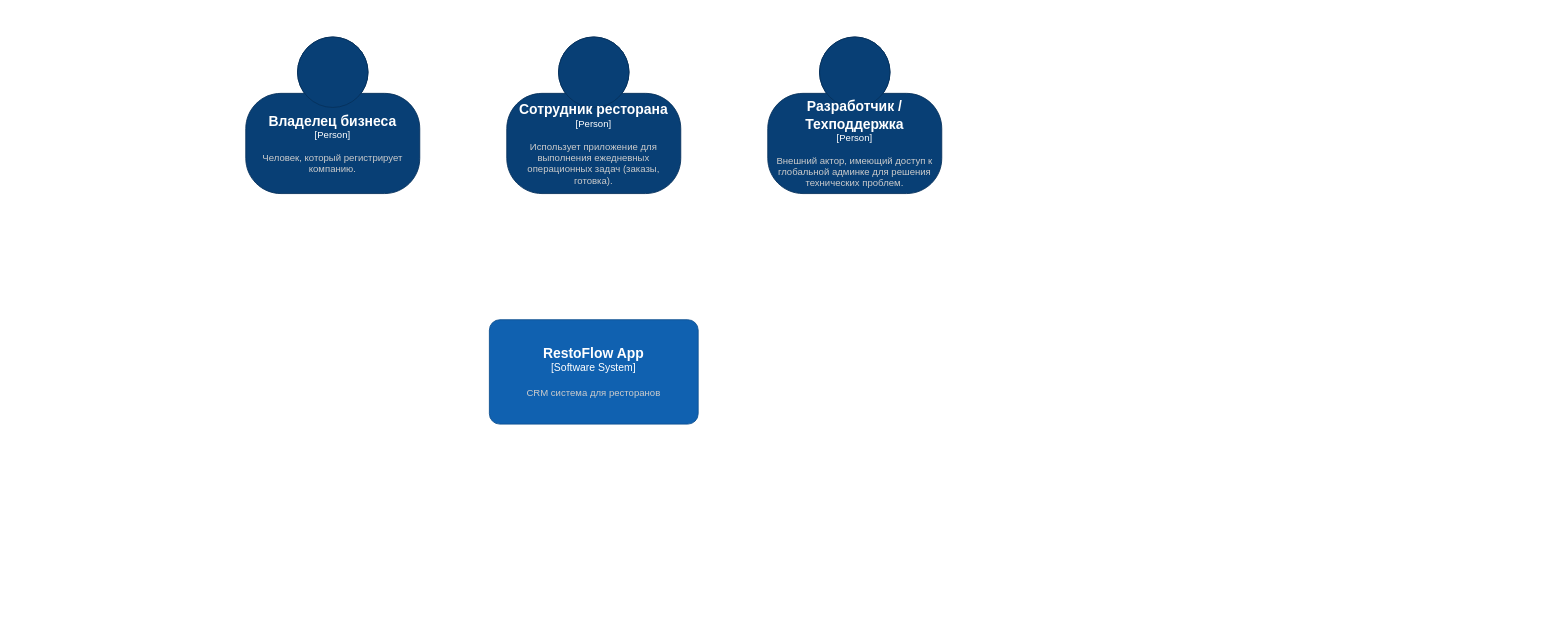
This is page "System Context" (1 of 3) of C4 diagram.drawio from Magzhan-developer/restoflow-backend, a draw.io file, before an edit. Source tidied: cells renumbered, new cells numbered last; positions are measured from the earlier drawing's top-left corner, leaving out a move shared by most shapes. Both pictures are drawn from the tidied source at 87%, with x=0, y=0 at pixel (245, 37).
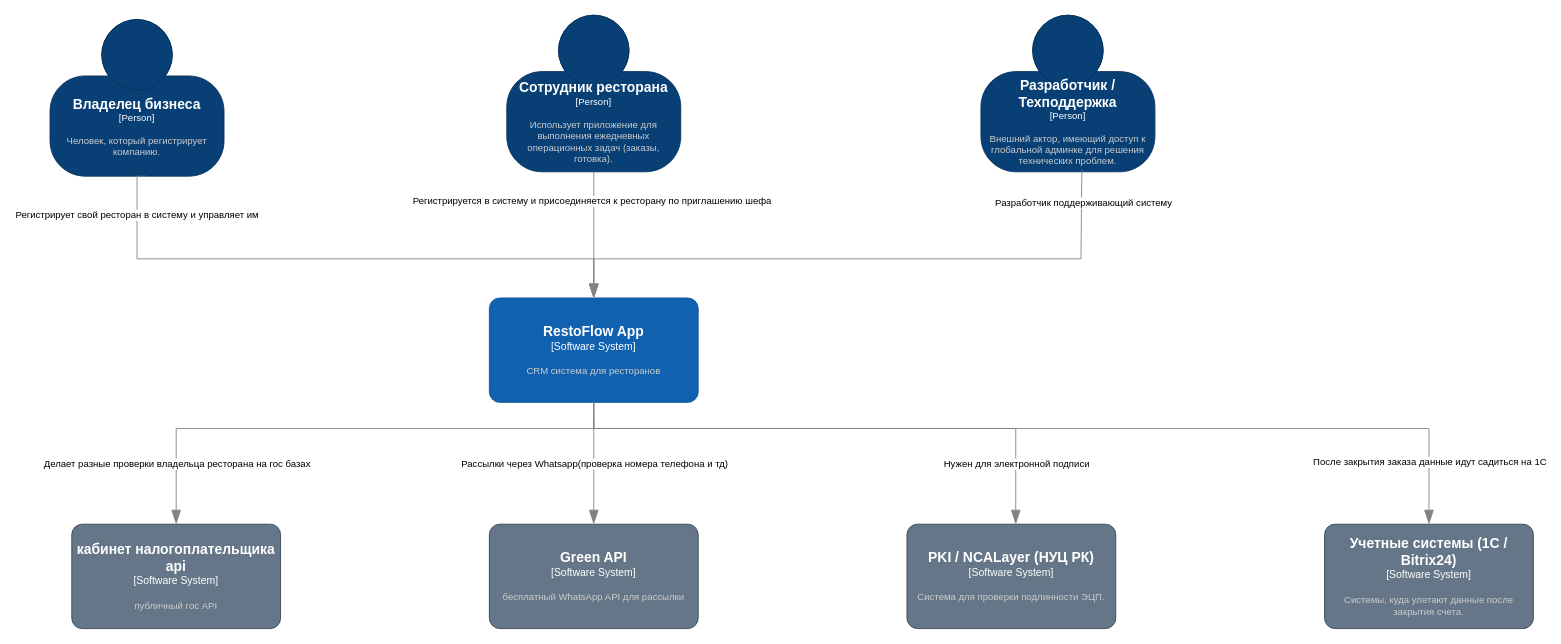
The same diagram, later.

What changed in the source:
```diff
@@
     <object id="2" label="&lt;font style=&quot;font-size: 16px&quot;&gt;&lt;b&gt;%c4Name%&lt;/b&gt;&lt;/font&gt;&lt;div&gt;[%c4Type%]&lt;/div&gt;&lt;br&gt;&lt;div&gt;&lt;font style=&quot;font-size: 11px&quot;&gt;&lt;font color=&quot;#cccccc&quot;&gt;%c4Description%&lt;/font&gt;&lt;/div&gt;" c4Description="Человек, который регистрирует компанию." c4Name="Владелец бизнеса" c4Type="Person" placeholders="1">
       <mxCell style="html=1;fontSize=11;dashed=0;whiteSpace=wrap;fillColor=#083F75;strokeColor=#06315C;fontColor=#ffffff;shape=mxgraph.c4.person2;align=center;points=[[0.5,0,0],[1,0.5,0],[1,0.75,0],[0.75,1,0],[0.5,1,0],[0.25,1,0],[0,0.75,0],[0,0.5,0]];" parent="1" vertex="1">
-        <mxGeometry width="200" height="180" as="geometry" />
+        <mxGeometry x="-225" y="-20" width="200" height="180" as="geometry" />
       </mxCell>
     </object>
     <object id="3" label="&lt;font style=&quot;font-size: 16px&quot;&gt;&lt;b&gt;%c4Name%&lt;/b&gt;&lt;/font&gt;&lt;div&gt;[%c4Type%]&lt;/div&gt;&lt;br&gt;&lt;div&gt;&lt;font style=&quot;font-size: 11px&quot;&gt;&lt;font color=&quot;#cccccc&quot;&gt;%c4Description%&lt;/font&gt;&lt;/div&gt;" c4Description="Использует приложение для выполнения ежедневных операционных задач (заказы, готовка)." c4Name="Сотрудник ресторана" c4Type="Person" placeholders="1">
       <mxCell style="html=1;fontSize=11;dashed=0;whiteSpace=wrap;fillColor=#083F75;strokeColor=#06315C;fontColor=#ffffff;shape=mxgraph.c4.person2;align=center;points=[[0.5,0,0],[1,0.5,0],[1,0.75,0],[0.75,1,0],[0.5,1,0],[0.25,1,0],[0,0.75,0],[0,0.5,0]];" parent="1" vertex="1">
-        <mxGeometry x="300" width="200" height="180" as="geometry" />
+        <mxGeometry x="300" y="-25" width="200" height="180" as="geometry" />
       </mxCell>
     </object>
     <object id="4" label="&lt;font style=&quot;font-size: 16px&quot;&gt;&lt;b&gt;%c4Name%&lt;/b&gt;&lt;/font&gt;&lt;div&gt;[%c4Type%]&lt;/div&gt;&lt;br&gt;&lt;div&gt;&lt;font style=&quot;font-size: 11px&quot;&gt;&lt;font color=&quot;#cccccc&quot;&gt;%c4Description%&lt;/font&gt;&lt;/div&gt;" c4Description="Внешний актор, имеющий доступ к глобальной админке для решения технических проблем." c4Name="Разработчик / Техподдержка" c4Type="Person" placeholders="1">
       <mxCell style="html=1;fontSize=11;dashed=0;whiteSpace=wrap;fillColor=#083F75;strokeColor=#06315C;fontColor=#ffffff;shape=mxgraph.c4.person2;align=center;points=[[0.5,0,0],[1,0.5,0],[1,0.75,0],[0.75,1,0],[0.5,1,0],[0.25,1,0],[0,0.75,0],[0,0.5,0]];" parent="1" vertex="1">
-        <mxGeometry x="600" width="200" height="180" as="geometry" />
+        <mxGeometry x="845" y="-25" width="200" height="180" as="geometry" />
       </mxCell>
     </object>
     <object id="5" label="&lt;font style=&quot;font-size: 16px&quot;&gt;&lt;b&gt;%c4Name%&lt;/b&gt;&lt;/font&gt;&lt;div&gt;[%c4Type%]&lt;/div&gt;&lt;br&gt;&lt;div&gt;&lt;font style=&quot;font-size: 11px&quot;&gt;&lt;font color=&quot;#cccccc&quot;&gt;%c4Description%&lt;/font&gt;&lt;/div&gt;" c4Description="CRM система для ресторанов&#10;" c4Name="RestoFlow App" c4Type="Software System" placeholders="1">
       <mxCell style="rounded=1;whiteSpace=wrap;html=1;labelBackgroundColor=none;fillColor=#1061B0;fontColor=#ffffff;align=center;arcSize=10;strokeColor=#0D5091;points=[[0.25,0,0],[0.5,0,0],[0.75,0,0],[1,0.25,0],[1,0.5,0],[1,0.75,0],[0.75,1,0],[0.5,1,0],[0.25,1,0],[0,0.75,0],[0,0.5,0],[0,0.25,0]];" parent="1" vertex="1">
-        <mxGeometry x="280" y="325" width="240" height="120" as="geometry" />
+        <mxGeometry x="280" y="300" width="240" height="120" as="geometry" />
       </mxCell>
     </object>
+    <mxCell id="6" style="endArrow=blockThin;html=1;fontSize=10;fontColor=#404040;strokeWidth=1;endFill=1;strokeColor=#828282;elbow=vertical;endSize=14;startSize=14;jumpStyle=arc;jumpSize=16;rounded=0;edgeStyle=orthogonalEdgeStyle;exitX=0.55;exitY=1;exitDx=0;exitDy=0;exitPerimeter=0;entryX=0.5;entryY=0;entryDx=0;entryDy=0;entryPerimeter=0;" parent="1" edge="1" source="2" target="5">
+      <mxGeometry relative="1" as="geometry">
+        <Array as="points">
+          <mxPoint x="-125" y="160" />
+          <mxPoint x="-125" y="255" />
+          <mxPoint x="400" y="255" />
+        </Array>
+      </mxGeometry>
+    </mxCell>
+    <mxCell id="7" value="Регистрирует свой ресторан в систему и управляет им" style="edgeLabel;html=1;align=center;verticalAlign=middle;" parent="6" vertex="1">
+      <mxGeometry x="-0.84" y="-1" relative="1" as="geometry" />
+    </mxCell>
+    <mxCell id="8" style="endArrow=blockThin;html=1;fontSize=10;fontColor=#404040;strokeWidth=1;endFill=1;strokeColor=#828282;elbow=vertical;endSize=14;startSize=14;jumpStyle=arc;jumpSize=16;rounded=0;edgeStyle=orthogonalEdgeStyle;entryX=0.5;entryY=0;entryDx=0;entryDy=0;entryPerimeter=0;exitX=0.5;exitY=1;exitDx=0;exitDy=0;exitPerimeter=0;" parent="1" edge="1" source="3" target="5">
+      <mxGeometry relative="1" as="geometry" />
+    </mxCell>
+    <mxCell id="9" value="Регистрируется в систему и присоединяется к ресторану по приглашению шефа" style="edgeLabel;html=1;align=center;verticalAlign=middle;" parent="8" vertex="1">
+      <mxGeometry x="-0.55" y="-3" relative="1" as="geometry" />
+    </mxCell>
+    <mxCell id="10" style="endArrow=blockThin;html=1;fontSize=10;fontColor=#404040;strokeWidth=1;endFill=1;strokeColor=#828282;elbow=vertical;endSize=14;startSize=14;jumpStyle=arc;jumpSize=16;rounded=0;edgeStyle=orthogonalEdgeStyle;entryX=0.5;entryY=0;entryDx=0;entryDy=0;entryPerimeter=0;exitX=0.58;exitY=0.988;exitDx=0;exitDy=0;exitPerimeter=0;" parent="1" edge="1" source="4" target="5">
+      <mxGeometry relative="1" as="geometry">
+        <Array as="points">
+          <mxPoint x="960" y="158" />
+          <mxPoint x="960" y="255" />
+          <mxPoint x="400" y="255" />
+        </Array>
+      </mxGeometry>
+    </mxCell>
+    <mxCell id="11" value="Разработчик поддерживающий систему" style="edgeLabel;html=1;align=center;verticalAlign=middle;" parent="10" vertex="1">
+      <mxGeometry x="-0.89" y="2" relative="1" as="geometry" />
+    </mxCell>
+    <object id="12" label="&lt;font style=&quot;font-size: 16px&quot;&gt;&lt;b&gt;%c4Name%&lt;/b&gt;&lt;/font&gt;&lt;div&gt;[%c4Type%]&lt;/div&gt;&lt;br&gt;&lt;div&gt;&lt;font style=&quot;font-size: 11px&quot;&gt;&lt;font color=&quot;#cccccc&quot;&gt;%c4Description%&lt;/font&gt;&lt;/div&gt;" c4Description="публичный гос API" c4Name="кабинет налогоплательщика api" c4Type="Software System" placeholders="1">
+      <mxCell style="rounded=1;whiteSpace=wrap;html=1;labelBackgroundColor=none;align=center;arcSize=10;points=[[0.25,0,0],[0.5,0,0],[0.75,0,0],[1,0.25,0],[1,0.5,0],[1,0.75,0],[0.75,1,0],[0.5,1,0],[0.25,1,0],[0,0.75,0],[0,0.5,0],[0,0.25,0]];fillColor=#647687;fontColor=#ffffff;strokeColor=#314354;" parent="1" vertex="1">
+        <mxGeometry x="-200" y="560" width="240" height="120" as="geometry" />
+      </mxCell>
+    </object>
+    <mxCell id="13" style="endArrow=blockThin;html=1;fontSize=10;fontColor=#404040;strokeWidth=1;endFill=1;strokeColor=#828282;elbow=vertical;endSize=14;startSize=14;jumpStyle=arc;jumpSize=16;rounded=0;edgeStyle=orthogonalEdgeStyle;entryX=0.5;entryY=0;entryDx=0;entryDy=0;entryPerimeter=0;" parent="1" edge="1" target="12">
+      <mxGeometry relative="1" as="geometry">
+        <mxPoint x="400" y="440" as="sourcePoint" />
+        <Array as="points">
+          <mxPoint x="400" y="450" />
+          <mxPoint x="-80" y="450" />
+        </Array>
+      </mxGeometry>
+    </mxCell>
+    <mxCell id="14" value="Делает разные проверки владельца ресторана на гос базах" style="edgeLabel;html=1;align=center;verticalAlign=middle;" parent="13" vertex="1">
+      <mxGeometry x="0.75" y="-1" relative="1" as="geometry">
+        <mxPoint x="1" y="5" as="offset" />
+      </mxGeometry>
+    </mxCell>
+    <object id="15" label="&lt;font style=&quot;font-size: 16px&quot;&gt;&lt;b&gt;%c4Name%&lt;/b&gt;&lt;/font&gt;&lt;div&gt;[%c4Type%]&lt;/div&gt;&lt;br&gt;&lt;div&gt;&lt;font style=&quot;font-size: 11px&quot;&gt;&lt;font color=&quot;#cccccc&quot;&gt;%c4Description%&lt;/font&gt;&lt;/div&gt;" c4Description="бесплатный WhatsApp API для рассылки " c4Name="Green API" c4Type="Software System" placeholders="1">
+      <mxCell style="rounded=1;whiteSpace=wrap;html=1;labelBackgroundColor=none;fillColor=#647687;fontColor=#ffffff;align=center;arcSize=10;strokeColor=#314354;points=[[0.25,0,0],[0.5,0,0],[0.75,0,0],[1,0.25,0],[1,0.5,0],[1,0.75,0],[0.75,1,0],[0.5,1,0],[0.25,1,0],[0,0.75,0],[0,0.5,0],[0,0.25,0]];" parent="1" vertex="1">
+        <mxGeometry x="280" y="560" width="240" height="120" as="geometry" />
+      </mxCell>
+    </object>
+    <mxCell id="16" style="endArrow=blockThin;html=1;fontSize=10;fontColor=#404040;strokeWidth=1;endFill=1;strokeColor=#828282;elbow=vertical;endSize=14;startSize=14;jumpStyle=arc;jumpSize=16;rounded=0;edgeStyle=orthogonalEdgeStyle;exitX=0.5;exitY=1;exitDx=0;exitDy=0;exitPerimeter=0;" parent="1" edge="1" source="5" target="15">
+      <mxGeometry relative="1" as="geometry" />
+    </mxCell>
+    <mxCell id="17" value="Рассылки через Whatsapp(проверка номера телефона и тд)" style="edgeLabel;html=1;align=center;verticalAlign=middle;" parent="16" vertex="1">
+      <mxGeometry x="-0.3" relative="1" as="geometry">
+        <mxPoint y="21" as="offset" />
+      </mxGeometry>
+    </mxCell>
+    <object id="18" label="&lt;font style=&quot;font-size: 16px&quot;&gt;&lt;b&gt;%c4Name%&lt;/b&gt;&lt;/font&gt;&lt;div&gt;[%c4Type%]&lt;/div&gt;&lt;br&gt;&lt;div&gt;&lt;font style=&quot;font-size: 11px&quot;&gt;&lt;font color=&quot;#cccccc&quot;&gt;%c4Description%&lt;/font&gt;&lt;/div&gt;" c4Description="Система для проверки подлинности ЭЦП." c4Name="PKI / NCALayer (НУЦ РК)" c4Type="Software System" placeholders="1">
+      <mxCell style="rounded=1;whiteSpace=wrap;html=1;labelBackgroundColor=none;fillColor=#647687;fontColor=#ffffff;align=center;arcSize=10;strokeColor=#314354;points=[[0.25,0,0],[0.5,0,0],[0.75,0,0],[1,0.25,0],[1,0.5,0],[1,0.75,0],[0.75,1,0],[0.5,1,0],[0.25,1,0],[0,0.75,0],[0,0.5,0],[0,0.25,0]];" parent="1" vertex="1">
+        <mxGeometry x="760" y="560" width="240" height="120" as="geometry" />
+      </mxCell>
+    </object>
+    <mxCell id="19" style="endArrow=blockThin;html=1;fontSize=10;fontColor=#404040;strokeWidth=1;endFill=1;strokeColor=#828282;elbow=vertical;endSize=14;startSize=14;jumpStyle=arc;jumpSize=16;rounded=0;edgeStyle=orthogonalEdgeStyle;exitX=0.5;exitY=1;exitDx=0;exitDy=0;exitPerimeter=0;" parent="1" edge="1" source="5" target="18">
+      <mxGeometry relative="1" as="geometry">
+        <Array as="points">
+          <mxPoint x="400" y="450" />
+          <mxPoint x="885" y="450" />
+        </Array>
+      </mxGeometry>
+    </mxCell>
+    <mxCell id="20" value="Нужен для электронной подписи" style="edgeLabel;html=1;align=center;verticalAlign=middle;" parent="19" vertex="1">
+      <mxGeometry x="0.75" relative="1" as="geometry">
+        <mxPoint y="8" as="offset" />
+      </mxGeometry>
+    </mxCell>
+    <object id="21" label="&lt;font style=&quot;font-size: 16px&quot;&gt;&lt;b&gt;%c4Name%&lt;/b&gt;&lt;/font&gt;&lt;div&gt;[%c4Type%]&lt;/div&gt;&lt;br&gt;&lt;div&gt;&lt;font style=&quot;font-size: 11px&quot;&gt;&lt;font color=&quot;#cccccc&quot;&gt;%c4Description%&lt;/font&gt;&lt;/div&gt;" c4Description="Системы, куда улетают данные после закрытия счета." c4Name="Учетные системы (1C / Bitrix24)" c4Type="Software System" placeholders="1">
+      <mxCell style="rounded=1;whiteSpace=wrap;html=1;labelBackgroundColor=none;fillColor=#647687;fontColor=#ffffff;align=center;arcSize=10;strokeColor=#314354;points=[[0.25,0,0],[0.5,0,0],[0.75,0,0],[1,0.25,0],[1,0.5,0],[1,0.75,0],[0.75,1,0],[0.5,1,0],[0.25,1,0],[0,0.75,0],[0,0.5,0],[0,0.25,0]];" parent="1" vertex="1">
+        <mxGeometry x="1240" y="560" width="240" height="120" as="geometry" />
+      </mxCell>
+    </object>
+    <mxCell id="22" style="endArrow=blockThin;html=1;fontSize=10;fontColor=#404040;strokeWidth=1;endFill=1;strokeColor=#828282;elbow=vertical;endSize=14;startSize=14;jumpStyle=arc;jumpSize=16;rounded=0;edgeStyle=orthogonalEdgeStyle;entryX=0.5;entryY=0;entryDx=0;entryDy=0;entryPerimeter=0;exitX=0.5;exitY=1;exitDx=0;exitDy=0;exitPerimeter=0;" parent="1" edge="1" source="5" target="21">
+      <mxGeometry relative="1" as="geometry">
+        <Array as="points">
+          <mxPoint x="400" y="450" />
+          <mxPoint x="1360" y="450" />
+        </Array>
+      </mxGeometry>
+    </mxCell>
+    <mxCell id="23" value="После закрытия заказа данные идут садиться на 1С" style="edgeLabel;html=1;align=center;verticalAlign=middle;" parent="22" vertex="1">
+      <mxGeometry x="0.84" y="-3" relative="1" as="geometry">
+        <mxPoint x="3" y="16" as="offset" />
+      </mxGeometry>
+    </mxCell>
```
